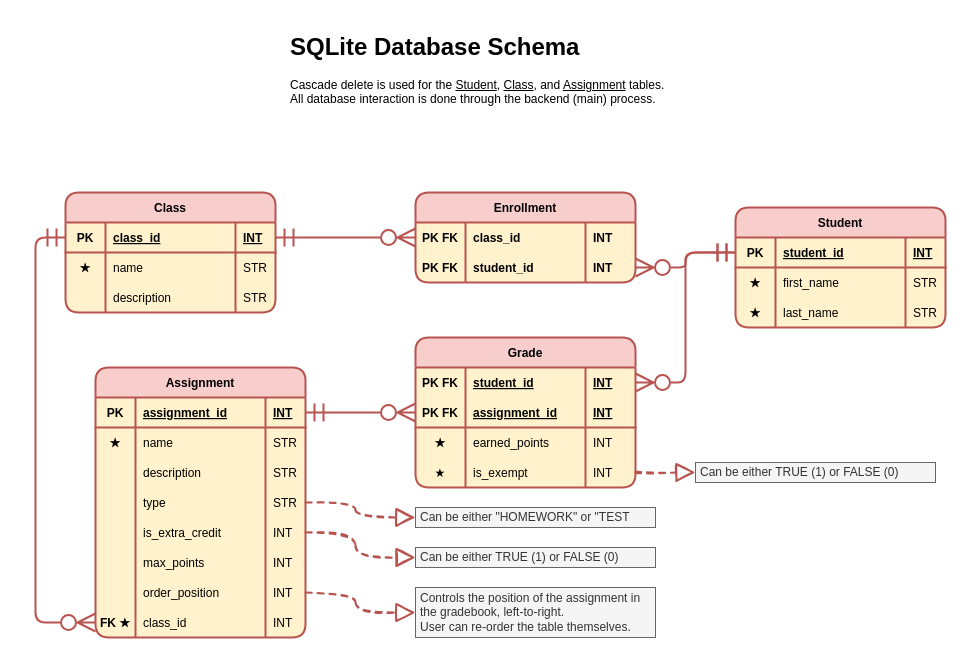
This is page "DB Schema" (1 of 5) of Diagrams.drawio from JoshSilveous/grading-application, a draw.io file, before an edit. Source tidied: cells renumbered, new cells numbered last; positions are measured from the earlier drawing's top-left corner, leaving out a move shared by most shapes. Both pictures are drawn from the tidied source at 100%, with x=0, y=0 at pixel (65, 27).
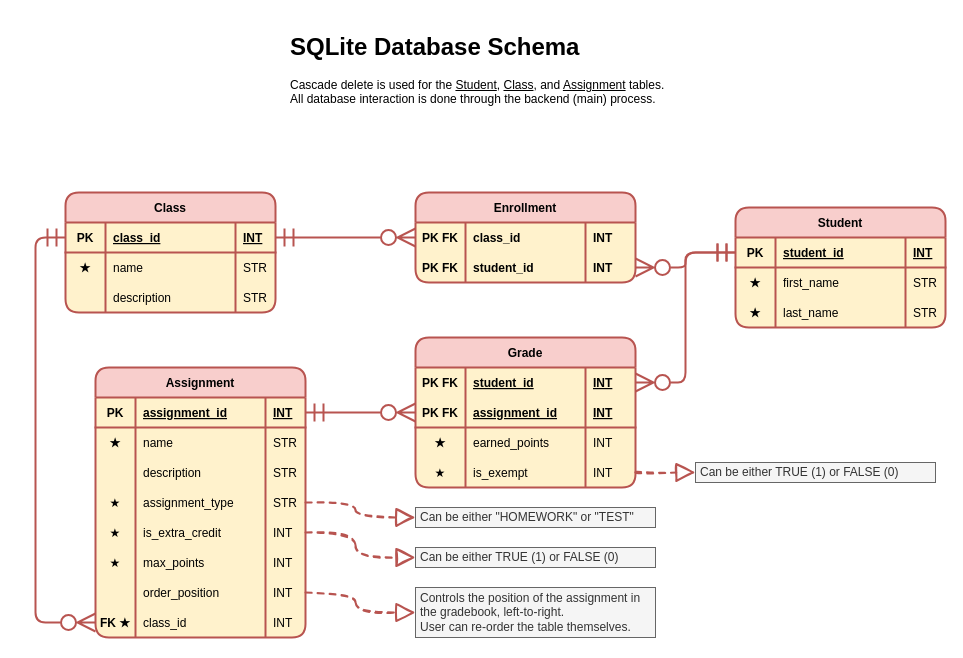
The same page after the edit.

The change refers to these unchanged cells:
```xml
<mxCell id="52" style="shape=tableRow;horizontal=0;startSize=0;swimlaneHead=0;swimlaneBody=0;fillColor=none;points=[[0,0.5],[1,0.5]];portConstraint=eastwest;top=0;left=0;right=0;bottom=0;rounded=1;shadow=0;sketch=0;strokeWidth=2;" parent="39" vertex="1">
  <mxGeometry y="120" width="210" height="30" as="geometry" />
</mxCell>
<mxCell id="56" style="shape=tableRow;horizontal=0;startSize=0;swimlaneHead=0;swimlaneBody=0;fillColor=none;points=[[0,0.5],[1,0.5]];portConstraint=eastwest;top=0;left=0;right=0;bottom=0;rounded=1;shadow=0;sketch=0;strokeWidth=2;" parent="39" vertex="1">
  <mxGeometry y="150" width="210" height="30" as="geometry" />
</mxCell>
<mxCell id="60" style="shape=tableRow;horizontal=0;startSize=0;swimlaneHead=0;swimlaneBody=0;fillColor=none;top=0;left=0;right=0;bottom=0;rounded=1;shadow=0;sketch=0;strokeWidth=2;" parent="39" vertex="1">
  <mxGeometry y="180" width="210" height="30" as="geometry" />
</mxCell>
```

Change to the diagram source:
```diff
@@
-    <mxCell id="53" style="shape=partialRectangle;fillColor=none;top=0;left=0;bottom=0;right=0;overflow=hidden;rounded=1;shadow=0;sketch=0;strokeWidth=2;" parent="52" vertex="1">
+    <mxCell id="53" value="★" style="shape=partialRectangle;fillColor=none;top=0;left=0;bottom=0;right=0;overflow=hidden;rounded=1;shadow=0;sketch=0;strokeWidth=2;" parent="52" vertex="1">
       <mxGeometry width="40" height="30" as="geometry" />
     </mxCell>
-    <mxCell id="54" value="type" style="shape=partialRectangle;fillColor=none;top=0;left=0;bottom=0;right=0;align=left;spacingLeft=6;overflow=hidden;rounded=1;shadow=0;sketch=0;strokeWidth=2;" parent="52" vertex="1">
+    <mxCell id="54" value="assignment_type" style="shape=partialRectangle;fillColor=none;top=0;left=0;bottom=0;right=0;align=left;spacingLeft=6;overflow=hidden;rounded=1;shadow=0;sketch=0;strokeWidth=2;" parent="52" vertex="1">
       <mxGeometry x="40" width="130" height="30" as="geometry" />
     </mxCell>
@@
-    <mxCell id="57" style="shape=partialRectangle;fillColor=none;top=0;left=0;bottom=0;right=0;overflow=hidden;rounded=1;shadow=0;sketch=0;strokeWidth=2;" parent="56" vertex="1">
+    <mxCell id="57" value="★" style="shape=partialRectangle;fillColor=none;top=0;left=0;bottom=0;right=0;overflow=hidden;rounded=1;shadow=0;sketch=0;strokeWidth=2;" parent="56" vertex="1">
       <mxGeometry width="40" height="30" as="geometry" />
     </mxCell>
@@
-    <mxCell id="61" style="shape=partialRectangle;fillColor=none;top=0;left=0;bottom=0;right=0;overflow=hidden;rounded=1;shadow=0;sketch=0;strokeWidth=2;" parent="60" vertex="1">
+    <mxCell id="61" value="★" style="shape=partialRectangle;fillColor=none;top=0;left=0;bottom=0;right=0;overflow=hidden;rounded=1;shadow=0;sketch=0;strokeWidth=2;" parent="60" vertex="1">
       <mxGeometry width="40" height="30" as="geometry" />
     </mxCell>
@@
-    <mxCell id="92" value="Can be either &quot;HOMEWORK&quot; or &quot;TEST" style="text;html=1;strokeColor=#666666;fillColor=#f5f5f5;align=left;verticalAlign=middle;whiteSpace=wrap;rounded=0;fontColor=#333333;spacingLeft=3;spacingRight=3;spacingTop=3;spacingBottom=3;glass=0;" parent="1" vertex="1">
+    <mxCell id="92" value="Can be either &quot;HOMEWORK&quot; or &quot;TEST&quot;" style="text;html=1;strokeColor=#666666;fillColor=#f5f5f5;align=left;verticalAlign=middle;whiteSpace=wrap;rounded=0;fontColor=#333333;spacingLeft=3;spacingRight=3;spacingTop=3;spacingBottom=3;glass=0;" parent="1" vertex="1">
       <mxGeometry x="350" y="480" width="240" height="20" as="geometry" />
     </mxCell>
```
